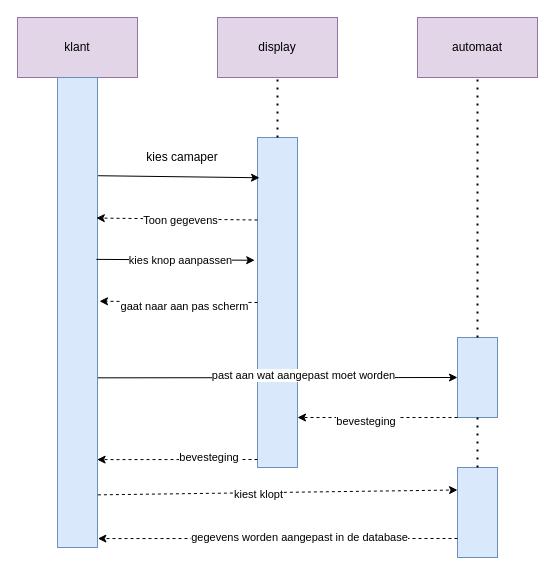
The draw.io diagram documentatie/image/Sequence diagrammen/Sequence beheer.drawio in JesseTenThije/CCSB, before the edit. Source tidied: cells renumbered, new cells numbered last; positions are measured from the earlier drawing's top-left corner, leaving out a move shared by most shapes. Both pictures are drawn from the tidied source at 100%, with x=0, y=0 at pixel (17, 17).
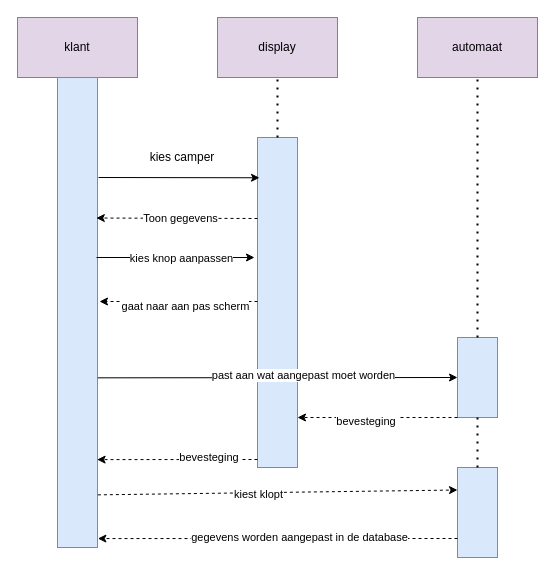
The same page after the edit.

Commit message (it also covers changes not shown here):
aanpasing sequence

The change refers to these unchanged cells:
```xml
<mxCell id="6" style="rounded=0;whiteSpace=wrap;html=1;fillColor=#dae8fc;strokeColor=#6c8ebf;" parent="1" vertex="1">
  <mxGeometry x="40" y="60" width="40" height="470" as="geometry" />
</mxCell>
<mxCell id="7" style="rounded=0;whiteSpace=wrap;html=1;fillColor=#dae8fc;strokeColor=#6c8ebf;" parent="1" vertex="1">
  <mxGeometry x="240" y="120" width="40" height="330" as="geometry" />
</mxCell>
```

What changed in the source:
```diff
@@
-    <mxCell id="8" style="endArrow=classic;html=1;exitX=1.015;exitY=0.209;exitDx=0;exitDy=0;exitPerimeter=0;entryX=0.05;entryY=0.122;entryDx=0;entryDy=0;entryPerimeter=0;" parent="1" edge="1" source="6" target="7">
-      <mxGeometry relative="1" as="geometry" />
+    <mxCell id="8" style="endArrow=classic;html=1;entryX=0.05;entryY=0.122;entryDx=0;entryDy=0;entryPerimeter=0;" parent="1" edge="1" target="7">
+      <mxGeometry relative="1" as="geometry">
+        <mxPoint x="81" y="160" as="sourcePoint" />
+      </mxGeometry>
     </mxCell>
-    <mxCell id="9" value="kies camaper" style="text;html=1;strokeColor=none;fillColor=none;align=center;verticalAlign=middle;whiteSpace=wrap;rounded=0;" parent="1" vertex="1">
+    <mxCell id="9" value="kies camper" style="text;html=1;strokeColor=none;fillColor=none;align=center;verticalAlign=middle;whiteSpace=wrap;rounded=0;" parent="1" vertex="1">
       <mxGeometry x="120" y="130" width="90" height="20" as="geometry" />
     </mxCell>
-    <mxCell id="10" style="endArrow=classic;html=1;dashed=1;entryX=0.97;entryY=0.299;entryDx=0;entryDy=0;entryPerimeter=0;exitX=0;exitY=0.25;exitDx=0;exitDy=0;" parent="1" edge="1" source="7" target="6">
-      <mxGeometry relative="1" as="geometry" />
+    <mxCell id="10" style="endArrow=classic;html=1;dashed=1;entryX=0.97;entryY=0.299;entryDx=0;entryDy=0;entryPerimeter=0;" parent="1" edge="1" target="6">
+      <mxGeometry relative="1" as="geometry">
+        <mxPoint x="240" y="201" as="sourcePoint" />
+      </mxGeometry>
     </mxCell>
@@
-    <mxCell id="12" style="endArrow=classic;html=1;exitX=0.97;exitY=0.387;exitDx=0;exitDy=0;exitPerimeter=0;entryX=-0.07;entryY=0.372;entryDx=0;entryDy=0;entryPerimeter=0;" parent="1" edge="1" source="6" target="7">
-      <mxGeometry relative="1" as="geometry" />
+    <mxCell id="12" style="endArrow=classic;html=1;" parent="1" edge="1">
+      <mxGeometry relative="1" as="geometry">
+        <mxPoint x="79" y="240" as="sourcePoint" />
+        <mxPoint x="237" y="240" as="targetPoint" />
+      </mxGeometry>
     </mxCell>
@@
-    <mxCell id="14" style="endArrow=classic;html=1;entryX=1.05;entryY=0.476;entryDx=0;entryDy=0;entryPerimeter=0;exitX=0;exitY=0.5;exitDx=0;exitDy=0;dashed=1;" parent="1" edge="1" source="7" target="6">
-      <mxGeometry relative="1" as="geometry" />
+    <mxCell id="14" style="endArrow=classic;html=1;dashed=1;" parent="1" edge="1">
+      <mxGeometry relative="1" as="geometry">
+        <mxPoint x="240" y="284" as="sourcePoint" />
+        <mxPoint x="82" y="284" as="targetPoint" />
+      </mxGeometry>
     </mxCell>
```
